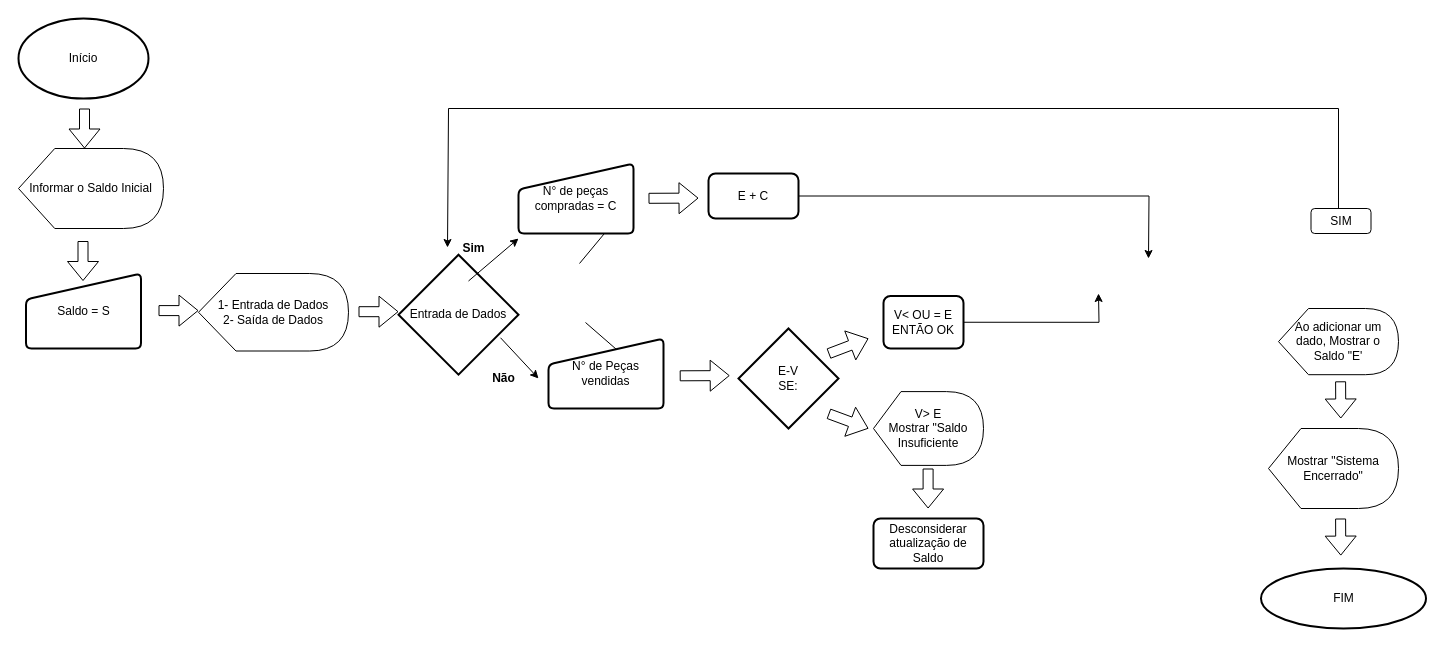
Before: page "Página-1" (1 of 2) of Diagrama sem nome.drawio in Ins1d3r8/Primeiro-Algor-tmo, a draw.io diagram. Source tidied: cells renumbered, new cells numbered last; positions are measured from the earlier drawing's top-left corner, leaving out a move shared by most shapes. Both pictures are drawn from the tidied source at 100%, with x=0, y=0 at pixel (18, 18).
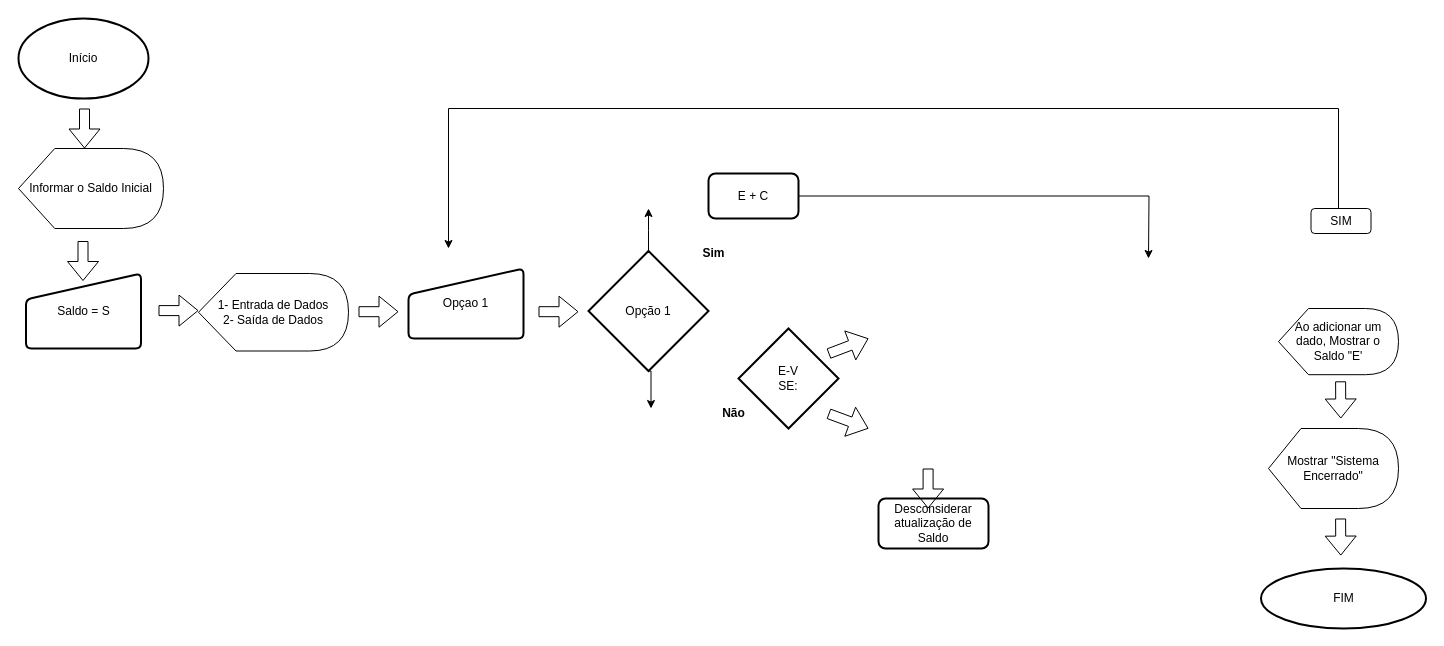
After the change.

The edit, as a diff of the source:
```diff
@@
-    <mxCell id="6" style="endArrow=none;html=1;rounded=0;exitX=1;exitY=0.5;exitDx=0;exitDy=0;entryX=0.092;entryY=0;entryDx=0;entryDy=0;entryPerimeter=0;" parent="1" edge="1" source="23">
-      <mxGeometry relative="1" as="geometry">
-        <mxPoint x="561" y="245" as="targetPoint" />
-      </mxGeometry>
-    </mxCell>
-    <mxCell id="7" style="edgeStyle=orthogonalEdgeStyle;rounded=0;jettySize=auto;html=1;exitX=1;exitY=0.5;exitDx=0;exitDy=0;" parent="1" edge="1" source="8">
-      <mxGeometry relative="1" as="geometry">
-        <mxPoint x="1080" y="275" as="targetPoint" />
-      </mxGeometry>
-    </mxCell>
-    <mxCell id="8" value="&lt;div&gt;V&amp;lt; OU = E &lt;br&gt;&lt;/div&gt;&lt;div&gt;ENTÃO OK&lt;br&gt;&lt;/div&gt;" style="rounded=1;whiteSpace=wrap;html=1;absoluteArcSize=1;arcSize=14;strokeWidth=2;" parent="1" vertex="1">
-      <mxGeometry x="865" y="277.5" width="80" height="52.5" as="geometry" />
-    </mxCell>
     <mxCell id="9" value="Desconsiderar atualização de Saldo" style="rounded=1;whiteSpace=wrap;html=1;absoluteArcSize=1;arcSize=14;strokeWidth=2;" parent="1" vertex="1">
-      <mxGeometry x="855" y="500" width="110" height="50" as="geometry" />
+      <mxGeometry x="860" y="480" width="110" height="50" as="geometry" />
     </mxCell>
-    <mxCell id="10" style="endArrow=none;html=1;rounded=0;entryX=1;entryY=0.5;entryDx=0;entryDy=0;exitX=0.142;exitY=0.983;exitDx=0;exitDy=0;exitPerimeter=0;" parent="1" edge="1">
-      <mxGeometry relative="1" as="geometry">
-        <mxPoint x="567" y="304" as="sourcePoint" />
-        <mxPoint x="640" y="367.5" as="targetPoint" />
-      </mxGeometry>
-    </mxCell>
@@
-    <mxCell id="15" style="endArrow=classic;html=1;rounded=0;entryX=-0.02;entryY=0.467;entryDx=0;entryDy=0;entryPerimeter=0;" parent="1" edge="1" target="40">
+    <mxCell id="15" style="endArrow=classic;html=1;rounded=0;" parent="1" edge="1">
       <mxGeometry relative="1" as="geometry">
         <mxPoint x="430" y="90" as="sourcePoint" />
+        <mxPoint x="430" y="230" as="targetPoint" />
       </mxGeometry>
     </mxCell>
@@
+    <mxCell id="41" style="edgeStyle=orthogonalEdgeStyle;rounded=0;jettySize=auto;html=1;exitX=0.5;exitY=1;exitDx=0;exitDy=0;exitPerimeter=0;entryX=0.5;entryY=0;entryDx=0;entryDy=0;" parent="1" edge="1" source="21">
+      <mxGeometry relative="1" as="geometry">
+        <mxPoint x="632.5" y="390" as="targetPoint" />
+      </mxGeometry>
+    </mxCell>
+    <mxCell id="42" style="edgeStyle=orthogonalEdgeStyle;rounded=0;jettySize=auto;html=1;exitX=0.5;exitY=0;exitDx=0;exitDy=0;exitPerimeter=0;" parent="1" edge="1" source="21">
+      <mxGeometry relative="1" as="geometry">
+        <mxPoint x="630" y="190" as="targetPoint" />
+      </mxGeometry>
+    </mxCell>
-    <mxCell id="21" value="Entrada de Dados" style="strokeWidth=2;html=1;shape=mxgraph.flowchart.decision;whiteSpace=wrap;" parent="1" vertex="1">
-      <mxGeometry x="380" y="236.2" width="120" height="120" as="geometry" />
+    <mxCell id="21" value="&lt;div&gt;Opção 1&lt;/div&gt;" style="strokeWidth=2;html=1;shape=mxgraph.flowchart.decision;whiteSpace=wrap;" parent="1" vertex="1">
+      <mxGeometry x="570" y="232.5" width="120" height="120" as="geometry" />
     </mxCell>
@@
-    <mxCell id="23" value="N° de peças compradas = C" style="html=1;strokeWidth=2;shape=manualInput;whiteSpace=wrap;rounded=1;size=26;arcSize=11;" parent="1" vertex="1">
-      <mxGeometry x="500" y="145" width="115" height="70" as="geometry" />
+    <mxCell id="23" value="Opçao 1" style="html=1;strokeWidth=2;shape=manualInput;whiteSpace=wrap;rounded=1;size=26;arcSize=11;" parent="1" vertex="1">
+      <mxGeometry x="390" y="250" width="115" height="70" as="geometry" />
     </mxCell>
-    <mxCell id="24" value="N° de Peças vendidas" style="html=1;strokeWidth=2;shape=manualInput;whiteSpace=wrap;rounded=1;size=26;arcSize=11;" parent="1" vertex="1">
-      <mxGeometry x="530" y="320" width="115" height="70" as="geometry" />
-    </mxCell>
-    <mxCell id="25" style="shape=flexArrow;endArrow=classic;html=1;rounded=0;" parent="1" edge="1">
-      <mxGeometry relative="1" as="geometry">
-        <mxPoint x="630" y="179.8" as="sourcePoint" />
-        <mxPoint x="680" y="179.6" as="targetPoint" />
-      </mxGeometry>
-    </mxCell>
-    <mxCell id="26" style="shape=flexArrow;endArrow=classic;html=1;rounded=0;" parent="1" edge="1">
-      <mxGeometry relative="1" as="geometry">
-        <mxPoint x="661.2" y="357.3" as="sourcePoint" />
-        <mxPoint x="711.2" y="357.1" as="targetPoint" />
-      </mxGeometry>
-    </mxCell>
@@
-    <mxCell id="32" value="V&amp;gt; E&lt;br&gt;Mostrar &quot;Saldo Insuficiente" style="shape=display;whiteSpace=wrap;html=1;" parent="1" vertex="1">
-      <mxGeometry x="855" y="373.1" width="110" height="73.8" as="geometry" />
-    </mxCell>
@@
-    <mxCell id="37" style="endArrow=classic;html=1;rounded=0;exitX=0.85;exitY=0.692;exitDx=0;exitDy=0;exitPerimeter=0;" parent="1" edge="1" source="21">
-      <mxGeometry relative="1" as="geometry">
-        <mxPoint x="520" y="360" as="targetPoint" />
-      </mxGeometry>
-    </mxCell>
-    <mxCell id="38" style="endArrow=classic;html=1;rounded=0;exitX=0.85;exitY=0.692;exitDx=0;exitDy=0;exitPerimeter=0;" parent="1" edge="1">
-      <mxGeometry relative="1" as="geometry">
-        <mxPoint x="450" y="262.5" as="sourcePoint" />
-        <mxPoint x="500" y="220" as="targetPoint" />
-      </mxGeometry>
-    </mxCell>
     <mxCell id="39" value="Não" style="text;html=1;align=center;verticalAlign=middle;strokeColor=none;fillColor=none;fontStyle=1;" parent="1" vertex="1">
-      <mxGeometry x="460" y="345" width="50" height="30" as="geometry" />
+      <mxGeometry x="690" y="380" width="50" height="30" as="geometry" />
     </mxCell>
     <mxCell id="40" value="Sim" style="text;html=1;align=center;verticalAlign=middle;points=[];strokeColor=none;fillColor=none;fontStyle=1;" parent="1" vertex="1">
-      <mxGeometry x="430" y="215" width="50" height="30" as="geometry" />
+      <mxGeometry x="670" y="220" width="50" height="30" as="geometry" />
     </mxCell>
+    <mxCell id="43" style="shape=flexArrow;endArrow=classic;html=1;rounded=0;" parent="1" edge="1">
+      <mxGeometry relative="1" as="geometry">
+        <mxPoint x="520" y="293.2" as="sourcePoint" />
+        <mxPoint x="560" y="293.2" as="targetPoint" />
+      </mxGeometry>
+    </mxCell>
```
